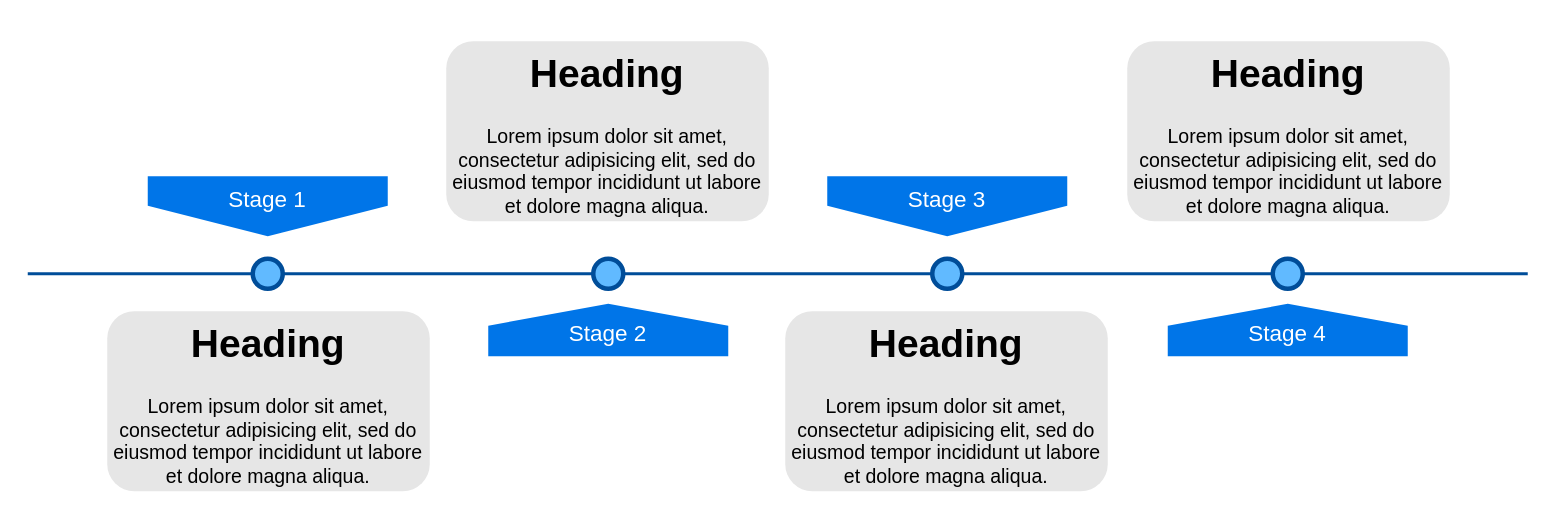
Before: 2021汇报.drawio in wangziji/graphics, a draw.io diagram. Source tidied: cells renumbered, new cells numbered last; positions are measured from the earlier drawing's top-left corner, leaving out a move shared by most shapes. Both pictures are drawn from the tidied source at 150%, with x=0, y=0 at pixel (27, 40).
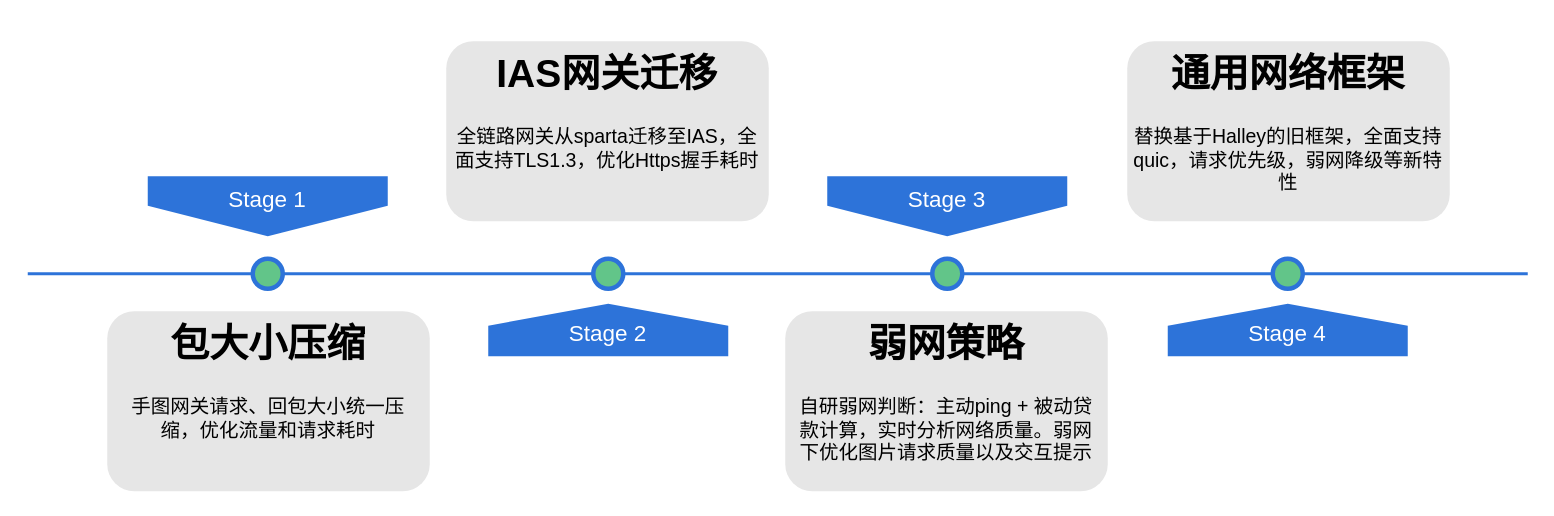
Above is the later version.

The edit, as a diff of the source:
```diff
@@
 <mxGraphModel>
   <root>
     <mxCell id="0" />
     <mxCell id="1" parent="0" />
-    <mxCell id="2" style="line;strokeWidth=2;html=1;fillColor=none;fontSize=28;fontColor=#004D99;strokeColor=#004D99;" parent="1" vertex="1">
+    <mxCell id="2" style="line;strokeWidth=2;html=1;fillColor=none;fontSize=28;fontColor=#004D99;strokeColor=#2D73D9;fontFamily=腾讯体;" parent="1" vertex="1">
       <mxGeometry y="150" width="1000" height="10" as="geometry" />
     </mxCell>
-    <mxCell id="3" value="Stage 1" style="shape=offPageConnector;whiteSpace=wrap;html=1;fillColor=#0075E8;fontSize=15;fontColor=#FFFFFF;size=0.5093750000000015;verticalAlign=top;strokeColor=none;" parent="1" vertex="1">
+    <mxCell id="3" value="Stage 1" style="shape=offPageConnector;whiteSpace=wrap;html=1;fillColor=#2D73D9;fontSize=15;fontColor=#FFFFFF;size=0.5093750000000015;verticalAlign=top;strokeColor=none;fontFamily=腾讯体;" parent="1" vertex="1">
       <mxGeometry x="80" y="90" width="160" height="40" as="geometry" />
     </mxCell>
-    <mxCell id="4" value="&lt;span&gt;Stage 3&lt;/span&gt;" style="shape=offPageConnector;whiteSpace=wrap;html=1;fillColor=#0075E8;fontSize=15;fontColor=#FFFFFF;size=0.5093750000000015;verticalAlign=top;strokeColor=none;" parent="1" vertex="1">
+    <mxCell id="4" value="&lt;span&gt;Stage 3&lt;/span&gt;" style="shape=offPageConnector;whiteSpace=wrap;html=1;fillColor=#2D73D9;fontSize=15;fontColor=#FFFFFF;size=0.5093750000000015;verticalAlign=top;strokeColor=none;fontFamily=腾讯体;" parent="1" vertex="1">
       <mxGeometry x="533" y="90" width="160" height="40" as="geometry" />
     </mxCell>
-    <mxCell id="5" value="&lt;span&gt;Stage 2&lt;/span&gt;" style="shape=offPageConnector;whiteSpace=wrap;html=1;fillColor=#0075E8;fontSize=15;fontColor=#FFFFFF;size=0.4178571428571445;flipV=1;verticalAlign=bottom;strokeColor=none;spacingBottom=4;" parent="1" vertex="1">
+    <mxCell id="5" value="&lt;span&gt;Stage 2&lt;/span&gt;" style="shape=offPageConnector;whiteSpace=wrap;html=1;fillColor=#2D73D9;fontSize=15;fontColor=#FFFFFF;size=0.4178571428571445;flipV=1;verticalAlign=bottom;strokeColor=none;spacingBottom=4;fontFamily=腾讯体;" parent="1" vertex="1">
       <mxGeometry x="307" y="175" width="160" height="35" as="geometry" />
     </mxCell>
-    <mxCell id="6" value="&lt;span&gt;Stage 4&lt;/span&gt;" style="shape=offPageConnector;whiteSpace=wrap;html=1;fillColor=#0075E8;fontSize=15;fontColor=#FFFFFF;size=0.4178571428571445;flipV=1;verticalAlign=bottom;strokeColor=none;spacingBottom=4;" parent="1" vertex="1">
+    <mxCell id="6" value="&lt;span&gt;Stage 4&lt;/span&gt;" style="shape=offPageConnector;whiteSpace=wrap;html=1;fillColor=#2D73D9;fontSize=15;fontColor=#FFFFFF;size=0.4178571428571445;flipV=1;verticalAlign=bottom;strokeColor=none;spacingBottom=4;fontFamily=腾讯体;" parent="1" vertex="1">
       <mxGeometry x="760" y="175" width="160" height="35" as="geometry" />
     </mxCell>
-    <mxCell id="7" style="ellipse;whiteSpace=wrap;html=1;fillColor=#61BAFF;fontSize=28;fontColor=#004D99;strokeWidth=3;strokeColor=#004D99;" parent="1" vertex="1">
+    <mxCell id="7" style="ellipse;whiteSpace=wrap;html=1;fillColor=#62C589;fontSize=28;fontColor=#004D99;strokeWidth=3;strokeColor=#2D73D9;fontFamily=腾讯体;" parent="1" vertex="1">
       <mxGeometry x="150" y="145" width="20" height="20" as="geometry" />
     </mxCell>
-    <mxCell id="8" style="ellipse;whiteSpace=wrap;html=1;fillColor=#61BAFF;fontSize=28;fontColor=#004D99;strokeWidth=3;strokeColor=#004D99;" parent="1" vertex="1">
+    <mxCell id="8" style="ellipse;whiteSpace=wrap;html=1;fillColor=#62C589;fontSize=28;fontColor=#004D99;strokeWidth=3;strokeColor=#2D73D9;fontFamily=腾讯体;" parent="1" vertex="1">
       <mxGeometry x="377" y="145" width="20" height="20" as="geometry" />
     </mxCell>
-    <mxCell id="9" style="ellipse;whiteSpace=wrap;html=1;fillColor=#61BAFF;fontSize=28;fontColor=#004D99;strokeWidth=3;strokeColor=#004D99;" parent="1" vertex="1">
+    <mxCell id="9" style="ellipse;whiteSpace=wrap;html=1;fillColor=#62C589;fontSize=28;fontColor=#004D99;strokeWidth=3;strokeColor=#2D73D9;fontFamily=腾讯体;" parent="1" vertex="1">
       <mxGeometry x="603" y="145" width="20" height="20" as="geometry" />
     </mxCell>
-    <mxCell id="10" style="ellipse;whiteSpace=wrap;html=1;fillColor=#61BAFF;fontSize=28;fontColor=#004D99;strokeWidth=3;strokeColor=#004D99;" parent="1" vertex="1">
+    <mxCell id="10" style="ellipse;whiteSpace=wrap;html=1;fillColor=#62C589;fontSize=28;fontColor=#004D99;strokeWidth=3;strokeColor=#2D73D9;fontFamily=腾讯体;" parent="1" vertex="1">
       <mxGeometry x="830" y="145" width="20" height="20" as="geometry" />
     </mxCell>
-    <mxCell id="11" value="&lt;h1&gt;Heading&lt;/h1&gt;&lt;p&gt;Lorem ipsum dolor sit amet, consectetur adipisicing elit, sed do eiusmod tempor incididunt ut labore et dolore magna aliqua.&lt;/p&gt;" style="text;html=1;spacing=5;spacingTop=-20;whiteSpace=wrap;overflow=hidden;strokeColor=none;strokeWidth=3;fillColor=#E6E6E6;fontSize=13;fontColor=#000000;align=center;rounded=1;" parent="1" vertex="1">
+    <mxCell id="11" value="&lt;h1&gt;包大小压缩&lt;/h1&gt;&lt;p&gt;手图网关请求、回包大小统一压缩，优化流量和请求耗时&lt;/p&gt;" style="text;html=1;spacing=5;spacingTop=-20;whiteSpace=wrap;overflow=hidden;strokeColor=none;strokeWidth=3;fillColor=#E6E6E6;fontSize=13;fontColor=#000000;align=center;rounded=1;fontFamily=腾讯体;" parent="1" vertex="1">
       <mxGeometry x="53" y="180" width="215" height="120" as="geometry" />
     </mxCell>
-    <mxCell id="12" value="&lt;h1&gt;Heading&lt;/h1&gt;&lt;p&gt;Lorem ipsum dolor sit amet, consectetur adipisicing elit, sed do eiusmod tempor incididunt ut labore et dolore magna aliqua.&lt;/p&gt;" style="text;html=1;spacing=5;spacingTop=-20;whiteSpace=wrap;overflow=hidden;strokeColor=none;strokeWidth=3;fillColor=#E6E6E6;fontSize=13;fontColor=#000000;align=center;rounded=1;" parent="1" vertex="1">
+    <mxCell id="12" value="&lt;h1&gt;IAS网关迁移&lt;/h1&gt;&lt;p&gt;全链路网关从sparta迁移至IAS，全面支持TLS1.3，优化Https握手耗时&lt;/p&gt;" style="text;html=1;spacing=5;spacingTop=-20;whiteSpace=wrap;overflow=hidden;strokeColor=none;strokeWidth=3;fillColor=#E6E6E6;fontSize=13;fontColor=#000000;align=center;rounded=1;fontFamily=腾讯体;" parent="1" vertex="1">
       <mxGeometry x="279" width="215" height="120" as="geometry" />
     </mxCell>
-    <mxCell id="13" value="&lt;h1&gt;Heading&lt;/h1&gt;&lt;p&gt;Lorem ipsum dolor sit amet, consectetur adipisicing elit, sed do eiusmod tempor incididunt ut labore et dolore magna aliqua.&lt;/p&gt;" style="text;html=1;spacing=5;spacingTop=-20;whiteSpace=wrap;overflow=hidden;strokeColor=none;strokeWidth=3;fillColor=#E6E6E6;fontSize=13;fontColor=#000000;align=center;rounded=1;" parent="1" vertex="1">
+    <mxCell id="13" value="&lt;h1&gt;弱网策略&lt;/h1&gt;&lt;p&gt;自研弱网判断：主动ping + 被动贷款计算，实时分析网络质量。弱网下优化图片请求质量以及交互提示&lt;/p&gt;" style="text;html=1;spacing=5;spacingTop=-20;whiteSpace=wrap;overflow=hidden;strokeColor=none;strokeWidth=3;fillColor=#E6E6E6;fontSize=13;fontColor=#000000;align=center;rounded=1;fontFamily=腾讯体;" parent="1" vertex="1">
       <mxGeometry x="505" y="180" width="215" height="120" as="geometry" />
     </mxCell>
-    <mxCell id="14" value="&lt;h1&gt;Heading&lt;/h1&gt;&lt;p&gt;Lorem ipsum dolor sit amet, consectetur adipisicing elit, sed do eiusmod tempor incididunt ut labore et dolore magna aliqua.&lt;/p&gt;" style="text;html=1;spacing=5;spacingTop=-20;whiteSpace=wrap;overflow=hidden;strokeColor=none;strokeWidth=3;fillColor=#E6E6E6;fontSize=13;fontColor=#000000;align=center;rounded=1;" parent="1" vertex="1">
+    <mxCell id="14" value="&lt;h1&gt;通用网络框架&lt;/h1&gt;&lt;p&gt;替换基于Halley的旧框架，全面支持quic，请求优先级，弱网降级等新特性&lt;/p&gt;" style="text;html=1;spacing=5;spacingTop=-20;whiteSpace=wrap;overflow=hidden;strokeColor=none;strokeWidth=3;fillColor=#E6E6E6;fontSize=13;fontColor=#000000;align=center;rounded=1;fontFamily=腾讯体;" parent="1" vertex="1">
       <mxGeometry x="733" width="215" height="120" as="geometry" />
     </mxCell>
   </root>
 </mxGraphModel>
```
